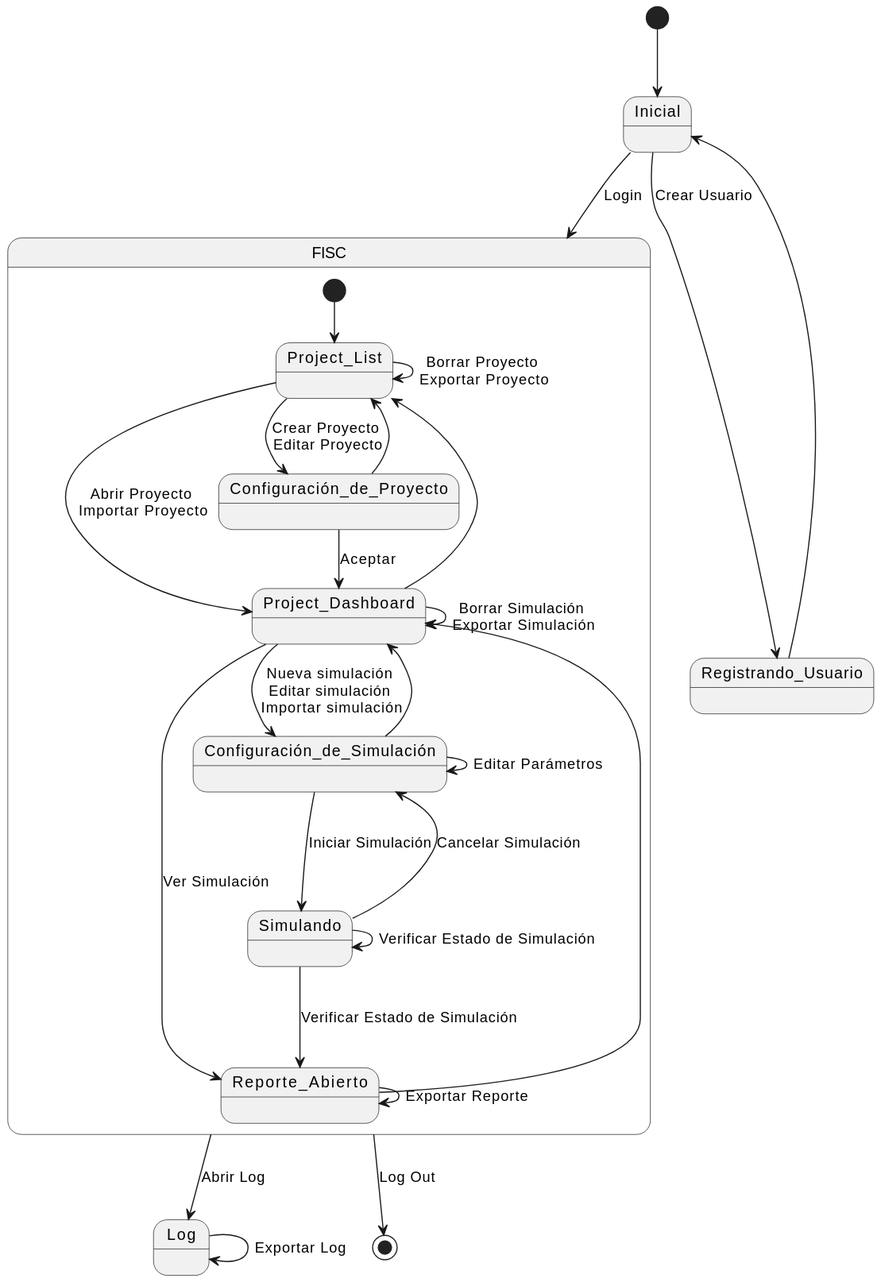
This is imagenes/modelosUML/diagramaContexto.svg from mmasias/23-24-IdSw1-SDR, a PlantUML export, as it was before one commit.
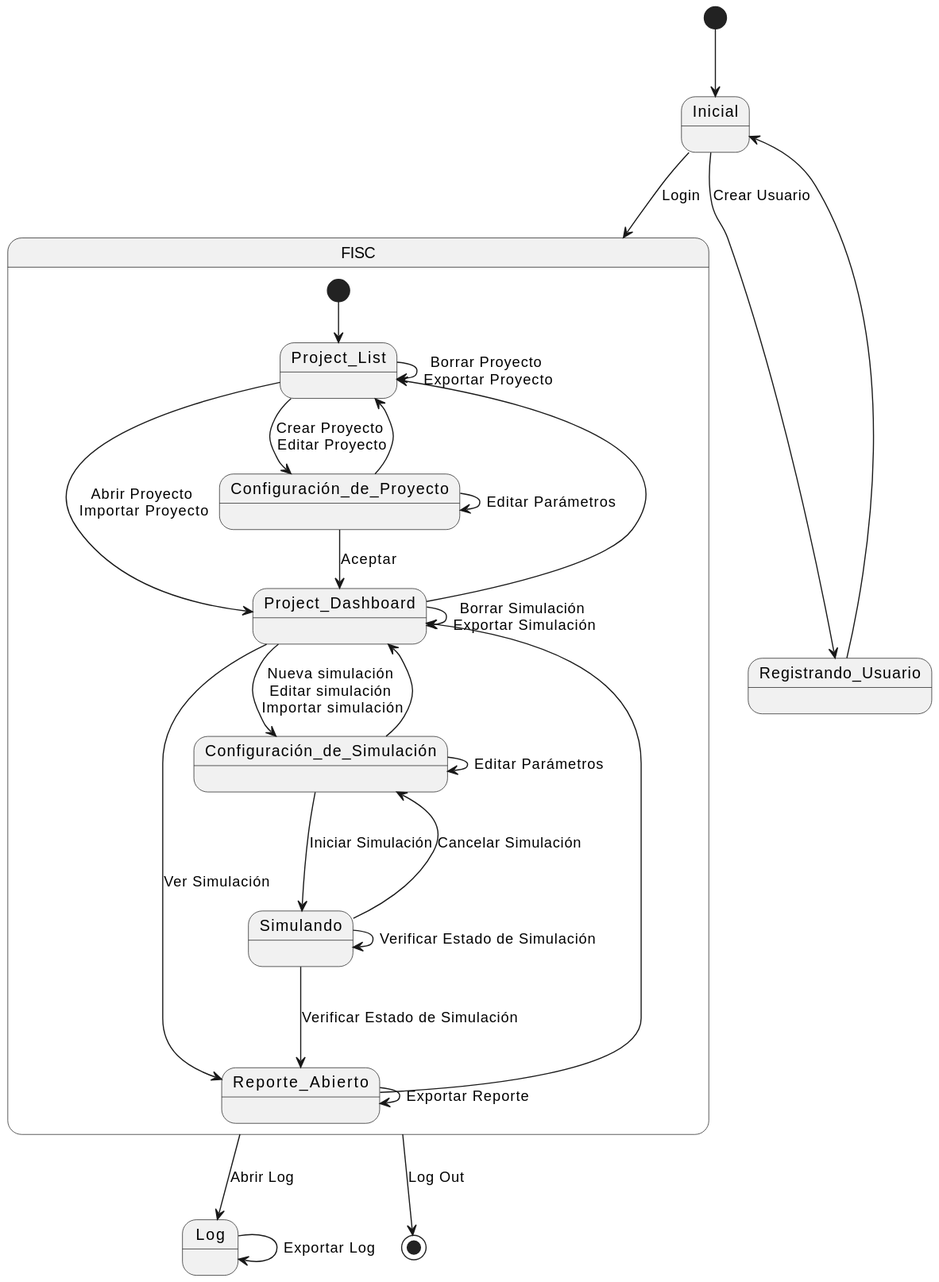
The same file after the commit.

Diff of the diagram source:
```diff
@@ -15,6 +15,7 @@
 
 Configuración_de_Proyecto -d-> Project_Dashboard: Aceptar
 Configuración_de_Proyecto -d-> Project_List
+Configuración_de_Proyecto ---> Configuración_de_Proyecto: Editar Parámetros
 
 Project_Dashboard -d-> Project_List
 Project_Dashboard -d-> Reporte_Abierto: Ver Simulación
```
